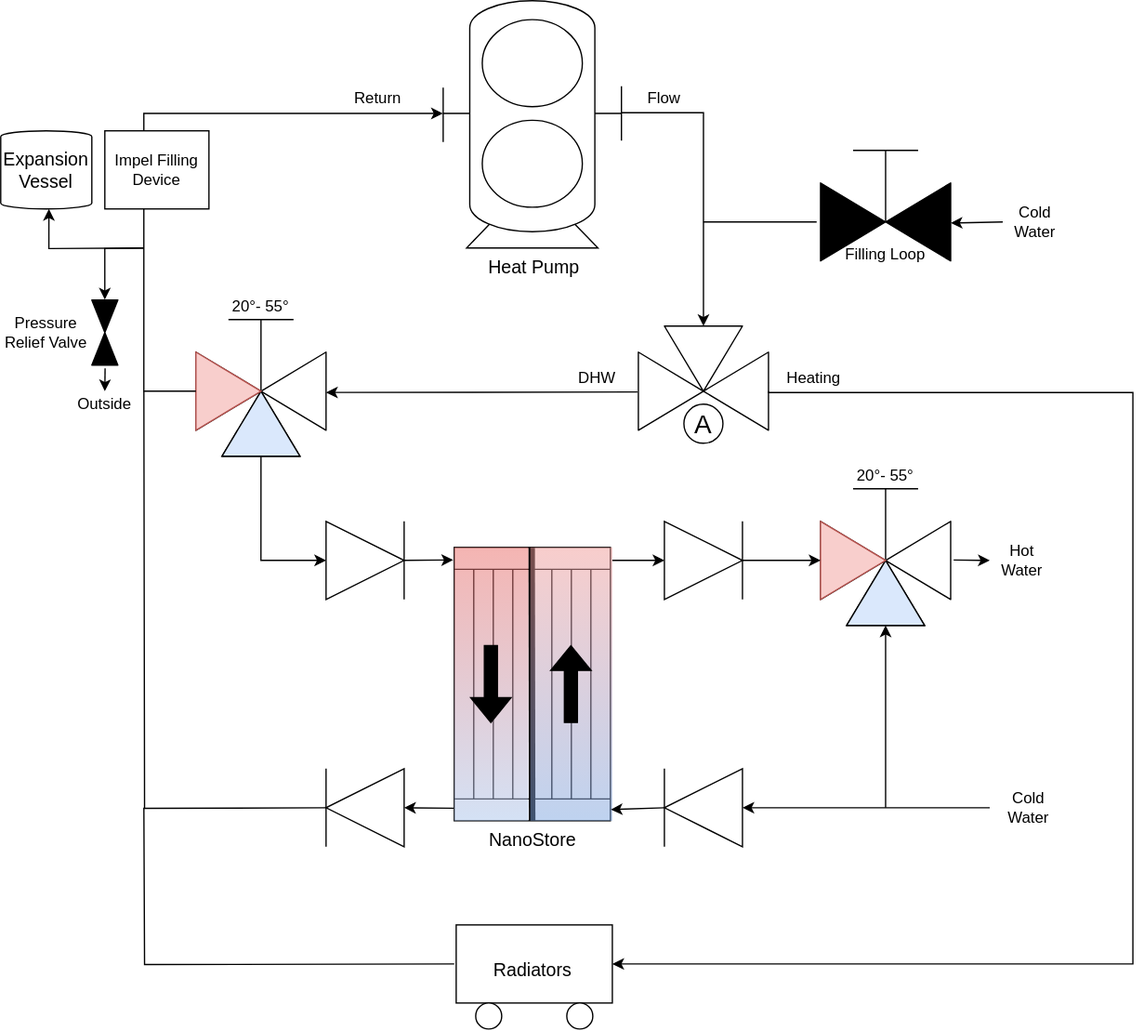
TheCandidStartup/TheCandidStartup.github.io keeps this draw.io diagram as assets/images/home-assistant/plumbing-schematic.svg. Above is the earlier version. Source tidied: cells renumbered, new cells last; positions are measured from the earlier drawing's top-left corner, leaving out a move shared by most shapes.
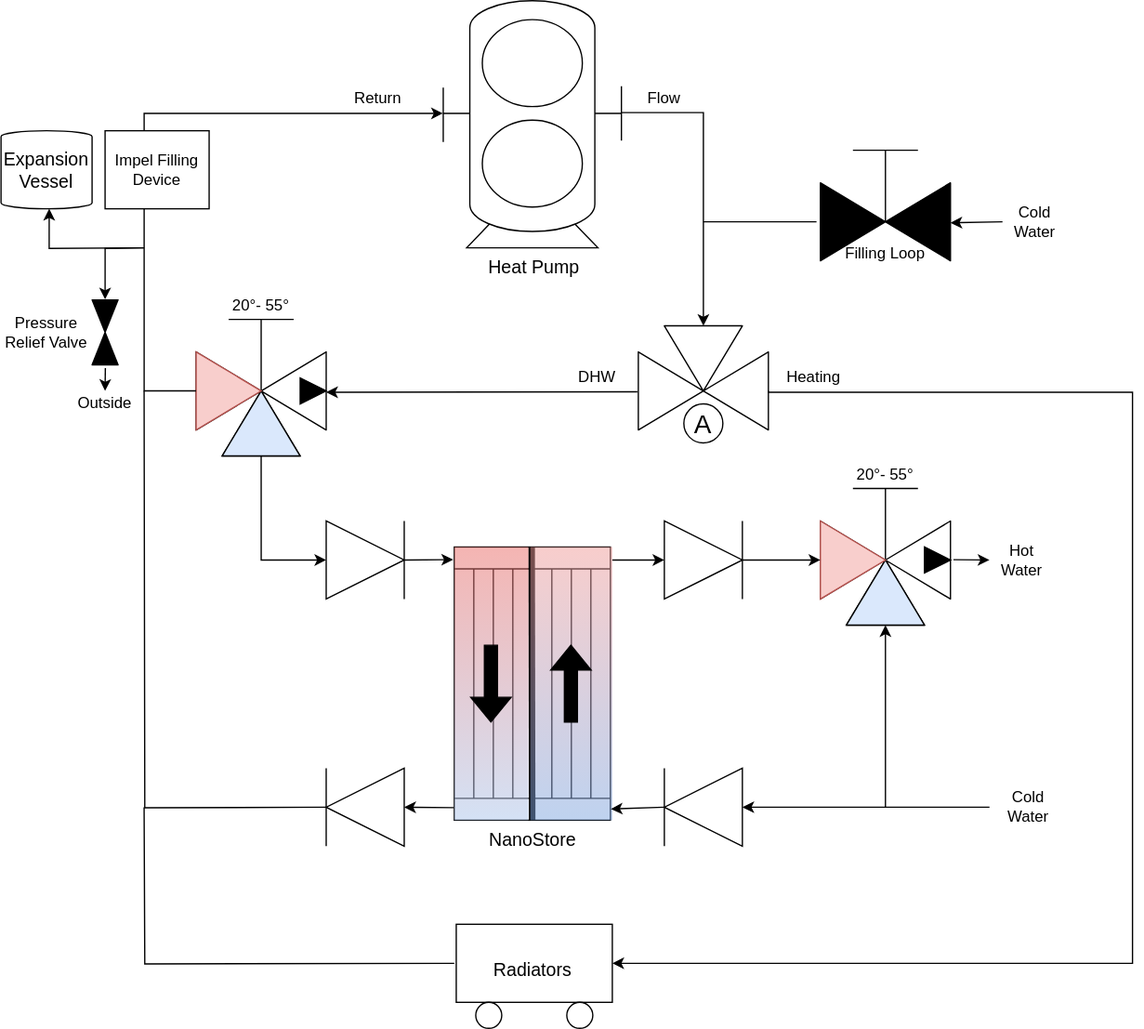
Later version of the same file.

Change to the diagram source:
```diff
@@ -112,6 +112,9 @@
     <mxCell id="29" value="20°- 55°" style="text;html=1;strokeColor=none;fillColor=none;align=center;verticalAlign=middle;whiteSpace=wrap;rounded=0;" parent="25" vertex="1">
       <mxGeometry x="25" y="-10" width="50" height="30" as="geometry" />
     </mxCell>
+    <mxCell id="76" style="triangle;whiteSpace=wrap;html=1;fillColor=#000000;" parent="25" vertex="1">
+      <mxGeometry x="80" y="60" width="20" height="20" as="geometry" />
+    </mxCell>
     <mxCell id="30" style="group;" parent="1" vertex="1">
       <mxGeometry x="630" y="360" width="100" height="120" as="geometry" />
     </mxCell>
@@ -124,6 +127,9 @@
     <mxCell id="33" style="triangle;whiteSpace=wrap;html=1;fillColor=#f8cecc;strokeColor=#b85450;direction=east;" parent="30" vertex="1">
       <mxGeometry y="40" width="50" height="60" as="geometry" />
     </mxCell>
+    <mxCell id="77" style="triangle;whiteSpace=wrap;html=1;fillColor=#000000;" parent="30" vertex="1">
+      <mxGeometry x="80" y="60" width="20" height="20" as="geometry" />
+    </mxCell>
     <mxCell id="34" style="rounded=0;whiteSpace=wrap;html=1;gradientColor=#7EA6E0;fillColor=#F19C99;opacity=50;strokeColor=none;" parent="1" vertex="1">
       <mxGeometry x="407" y="420" width="63" height="210" as="geometry" />
     </mxCell>
```
